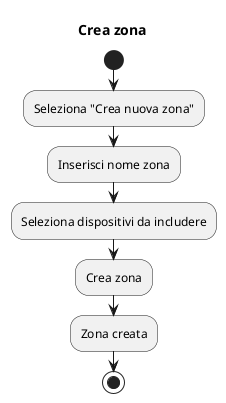
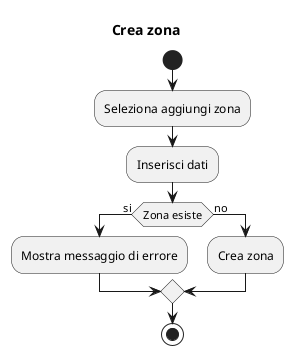
- @startuml creazona
+ @startuml creaZona
title Crea zona

start

-     :Seleziona "Crea nuova zona";
-     :Inserisci nome zona;
-     :Seleziona dispositivi da includere;
+ :Seleziona aggiungi zona;
+ :Inserisci dati;
+ 
+ if (Zona esiste) then (si)
+     :Mostra messaggio di errore;
+ else (no)
    :Crea zona;
-     :Zona creata;
+ endif

stop
@enduml